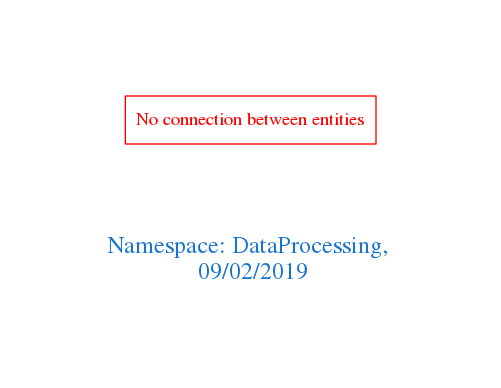
arago/OGIT keeps this Graphviz diagram as downloads/DataProcessing.png. Above is the earlier version. Its source is kept beside it as downloads/DataProcessing.dot.
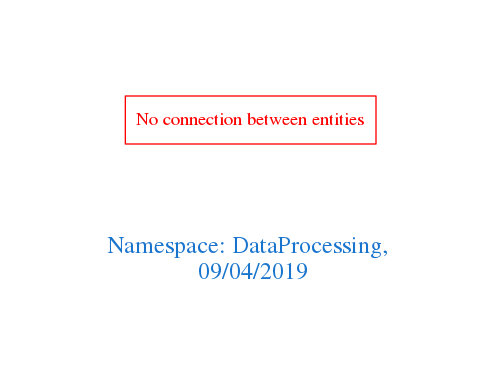
The same file after the commit.

Change to the diagram source:
```diff
@@ -1,7 +1,7 @@
 digraph OGIT_ontology {
  graph [ rankdir= LR,pad=1
 fontsize = 18,
-fontcolor= dodgerblue3,label = "\n\n\nNamespace: DataProcessing, \n 09/02/2019"];
+fontcolor= dodgerblue3,label = "\n\n\nNamespace: DataProcessing, \n 09/04/2019"];
 node[shape=polygon];
 edge [  color="gray81"];
 
```
